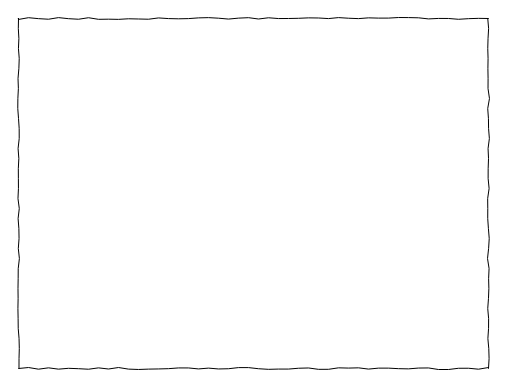
Above: python/python.drawio in zwm1992/drawio (draw.io), before the change. Source tidied: cells renumbered, new cells numbered last; positions are measured from the earlier drawing's top-left corner, leaving out a move shared by most shapes. Both pictures are drawn from the tidied source at 100%, with x=0, y=0 at pixel (18, 18).
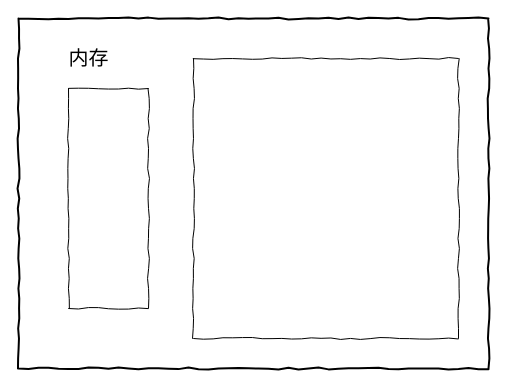
Above is the later version.

Diff of the diagram source:
```diff
@@
 <mxGraphModel>
   <root>
     <mxCell id="0" />
     <mxCell id="1" parent="0" />
-    <mxCell id="2" style="rounded=0;whiteSpace=wrap;html=1;comic=1;" parent="1" vertex="1">
+    <mxCell id="2" style="rounded=0;whiteSpace=wrap;html=1;comic=1;strokeWidth=2;" parent="1" vertex="1">
       <mxGeometry width="470" height="350" as="geometry" />
     </mxCell>
+    <mxCell id="3" value="&lt;span style=&quot;font-size: 20px;&quot;&gt;内存&lt;/span&gt;" style="text;html=1;align=center;verticalAlign=middle;fillColor=none;strokeColor=none;rounded=0;fontFamily=Comic Sans MS;" parent="1" vertex="1">
+      <mxGeometry x="40" y="20" width="60" height="40" as="geometry" />
+    </mxCell>
+    <mxCell id="4" style="rounded=0;whiteSpace=wrap;html=1;fontFamily=Comic Sans MS;fontSize=20;comic=1;" parent="1" vertex="1">
+      <mxGeometry x="50" y="70" width="80" height="220" as="geometry" />
+    </mxCell>
+    <mxCell id="5" style="rounded=0;whiteSpace=wrap;html=1;comic=1;fontFamily=Comic Sans MS;fontSize=20;" parent="1" vertex="1">
+      <mxGeometry x="175" y="40" width="265" height="280" as="geometry" />
+    </mxCell>
   </root>
 </mxGraphModel>
```
